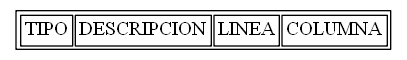
AndreeAvalos/OLC2-AUGUS keeps this Graphviz diagram as ESemanticos.png. Above is the earlier version. Its source is kept beside it as ESemanticos.dot.
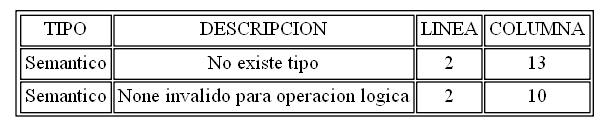
Later version of the same file.

Change to the diagram source:
```diff
@@ -3,6 +3,8 @@
 graph [bb="0,0,352,154"];
 arset [label=<<TABLE ALIGN="LEFT">
 <TR><TD>TIPO</TD><TD>DESCRIPCION</TD><TD>LINEA</TD><TD>COLUMNA</TD></TR>
+<TR><TD>Semantico</TD><TD>No existe tipo</TD><TD>2</TD><TD>13</TD></TR>
+<TR><TD>Semantico</TD><TD>None invalido para operacion logica</TD><TD>2</TD><TD>10</TD></TR>
 </TABLE>
 >, ];
 }
```
